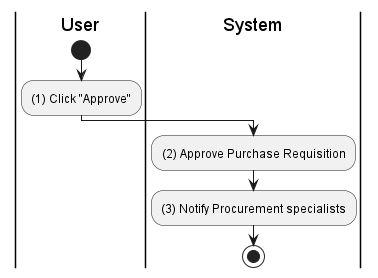
Before: activities/purchase-requisition-approve.png, a diagram exported from PlantUML (phihungha/scmss-reqs). The source it was exported from:
```plantuml
@startuml purchase-requisition-approve
|u|User
|s|System

|u|
start
:(1) Click "Approve";

|s|
:(2) Approve Purchase Requisition;
:(3) Notify Procurement specialists;
stop
@enduml
```
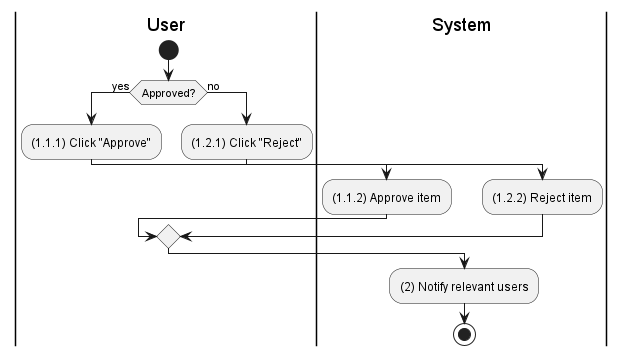
After the change.

Diff of the diagram source:
```diff
@@ -4,10 +4,18 @@
 
 |u|
 start
-:(1) Click "Approve";
 
-|s|
-:(2) Approve Purchase Requisition;
-:(3) Notify Procurement specialists;
+if (Approved?) then (yes)
+    :(1.1.1) Click "Approve";
+    |s|
+    :(1.1.2) Approve item;
+else (no)
+    |u|
+    :(1.2.1) Click "Reject";
+    |s|
+    :(1.2.2) Reject item;
+endif
+
+:(2) Notify relevant users;
 stop
 @enduml
```
